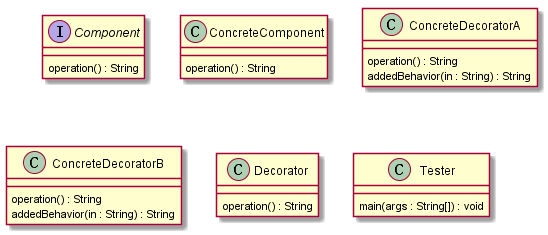
This is test.png from SamJaylnn/UML-Parser, a PlantUML export, as it was before one commit.
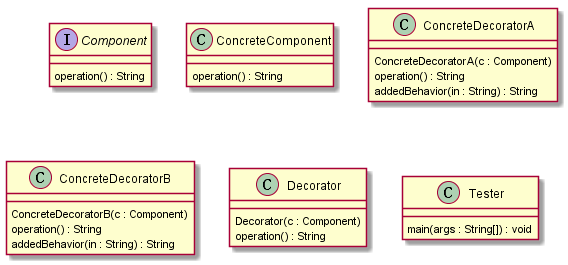
The same file after the commit.

Diff of the diagram source:
```diff
@@ -4,12 +4,15 @@
 class ConcreteComponent
 ConcreteComponent : operation() : String
 class ConcreteDecoratorA
+ConcreteDecoratorA : ConcreteDecoratorA(c : Component)
 ConcreteDecoratorA : operation() : String
 ConcreteDecoratorA : addedBehavior(in : String) : String
 class ConcreteDecoratorB
+ConcreteDecoratorB : ConcreteDecoratorB(c : Component)
 ConcreteDecoratorB : operation() : String
 ConcreteDecoratorB : addedBehavior(in : String) : String
 class Decorator
+Decorator : Decorator(c : Component)
 Decorator : operation() : String
 class Tester
 Tester : main(args : String[]) : void
```
